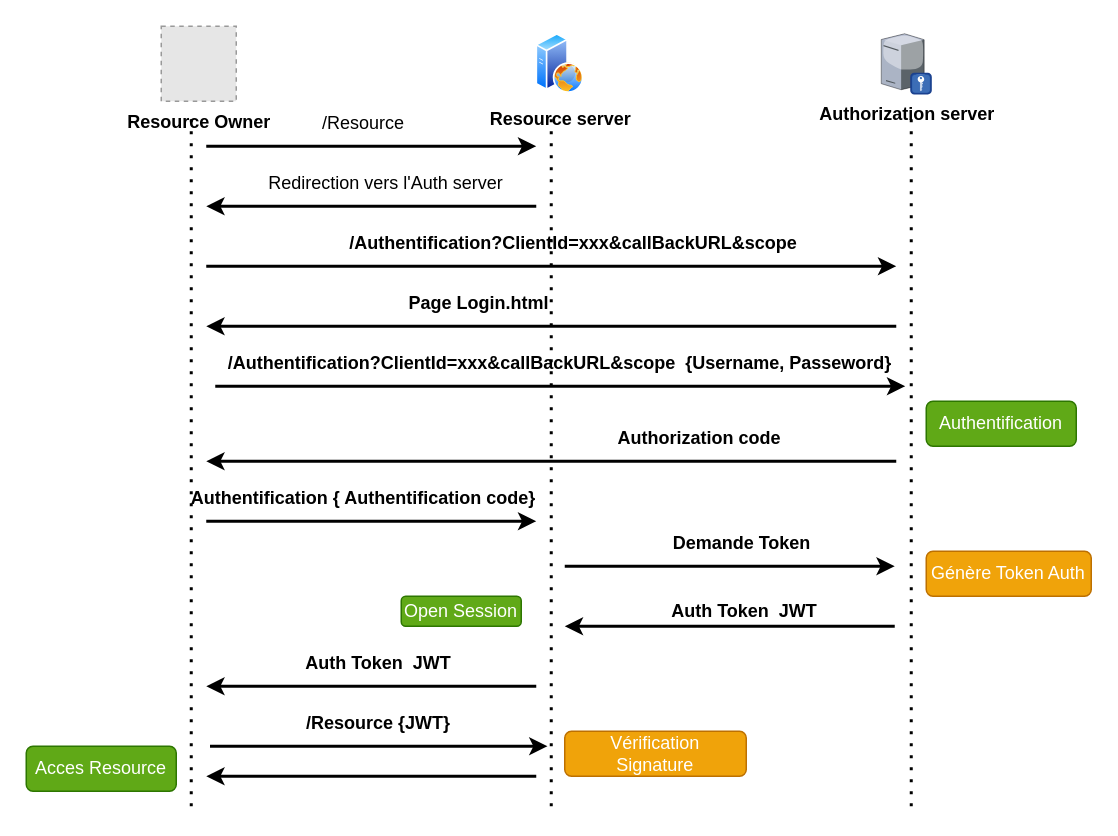
This is page "Page-9" (8 of 10) of AstraComponentDiagr.drawio from Lamessolo/ProjetLeadTech, a draw.io file, before an edit. Source tidied: cells renumbered, new cells numbered last; positions are measured from the earlier drawing's top-left corner, leaving out a move shared by most shapes. Both pictures are drawn from the tidied source at 150%, with x=0, y=0 at pixel (26, 26). Pictures stored in the file or linked from it are replaced by grey dashed boxes.
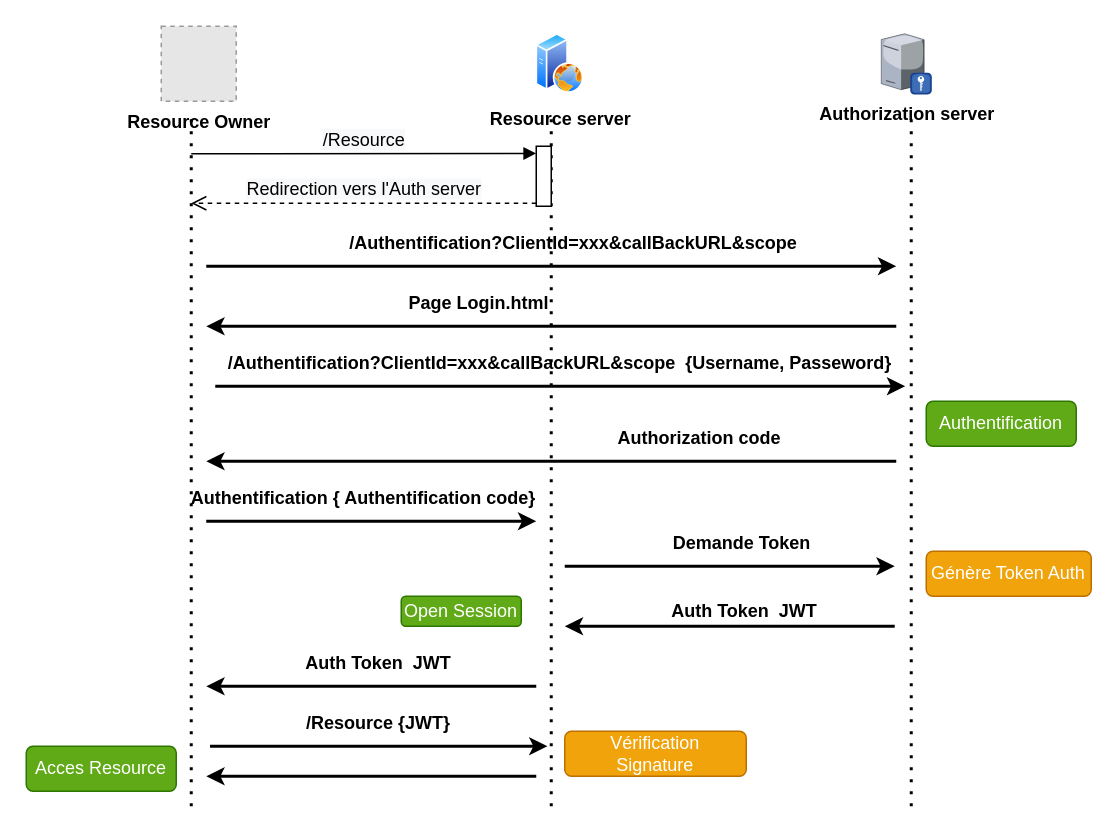
The same page after the edit.

What changed in the source:
```diff
@@
-    <mxCell id="8" style="endArrow=classic;html=1;strokeWidth=2;" parent="1" edge="1">
-      <mxGeometry relative="1" as="geometry">
-        <mxPoint x="120" y="80" as="sourcePoint" />
-        <mxPoint x="340" y="80" as="targetPoint" />
-      </mxGeometry>
-    </mxCell>
-    <mxCell id="9" value="/Resource" style="text;html=1;strokeColor=none;fillColor=none;align=center;verticalAlign=middle;whiteSpace=wrap;rounded=0;" parent="1" vertex="1">
-      <mxGeometry x="195" y="60" width="60" height="10" as="geometry" />
-    </mxCell>
-    <mxCell id="10" value="Redirection vers l'Auth server" style="text;html=1;strokeColor=none;fillColor=none;align=center;verticalAlign=middle;whiteSpace=wrap;rounded=0;" parent="1" vertex="1">
-      <mxGeometry x="150" y="100" width="180" height="10" as="geometry" />
-    </mxCell>
-    <mxCell id="11" style="endArrow=classic;html=1;strokeWidth=2;" parent="1" edge="1">
-      <mxGeometry relative="1" as="geometry">
-        <mxPoint x="340" y="120" as="sourcePoint" />
-        <mxPoint x="120" y="120" as="targetPoint" />
-      </mxGeometry>
-    </mxCell>
@@
+    <mxCell id="36" style="html=1;points=[];perimeter=orthogonalPerimeter;" parent="1" vertex="1">
+      <mxGeometry x="340" y="80" width="10" height="40" as="geometry" />
+    </mxCell>
+    <mxCell id="9" value="&lt;span style=&quot;font-size: 12px ; background-color: rgb(248 , 249 , 250)&quot;&gt;/Resource&lt;/span&gt;" style="html=1;verticalAlign=bottom;endArrow=block;entryX=0;entryY=0.12;entryDx=0;entryDy=0;entryPerimeter=0;" parent="1" edge="1" target="36">
+      <mxGeometry relative="1" as="geometry">
+        <mxPoint x="110" y="85" as="sourcePoint" />
+      </mxGeometry>
+    </mxCell>
+    <mxCell id="10" value="&lt;span style=&quot;font-family: &amp;#34;helvetica&amp;#34; ; font-size: 12px ; background-color: rgb(248 , 249 , 250)&quot;&gt;Redirection vers l'Auth server&lt;/span&gt;" style="html=1;verticalAlign=bottom;endArrow=open;dashed=1;endSize=8;exitX=0;exitY=0.95;" parent="1" edge="1" source="36">
+      <mxGeometry relative="1" as="geometry">
+        <mxPoint x="110" y="118" as="targetPoint" />
+      </mxGeometry>
+    </mxCell>
```
